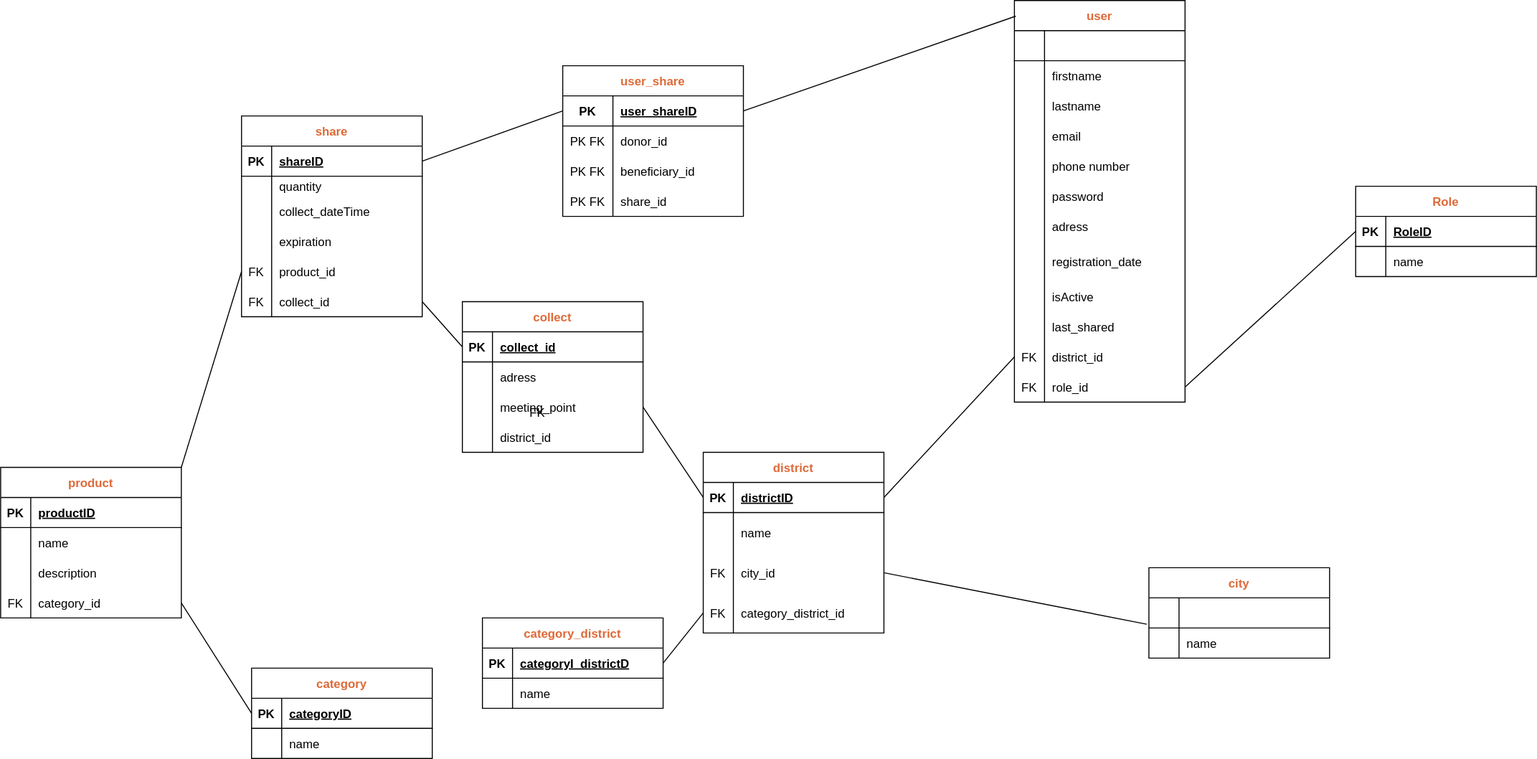
Before: code/server/Merise_VAG/MLD/vag.drawio.svg, a diagram exported from draw.io (Mandine42/vag). Source tidied: cells renumbered, new cells last; positions are measured from the earlier drawing's top-left corner, leaving out a move shared by most shapes.
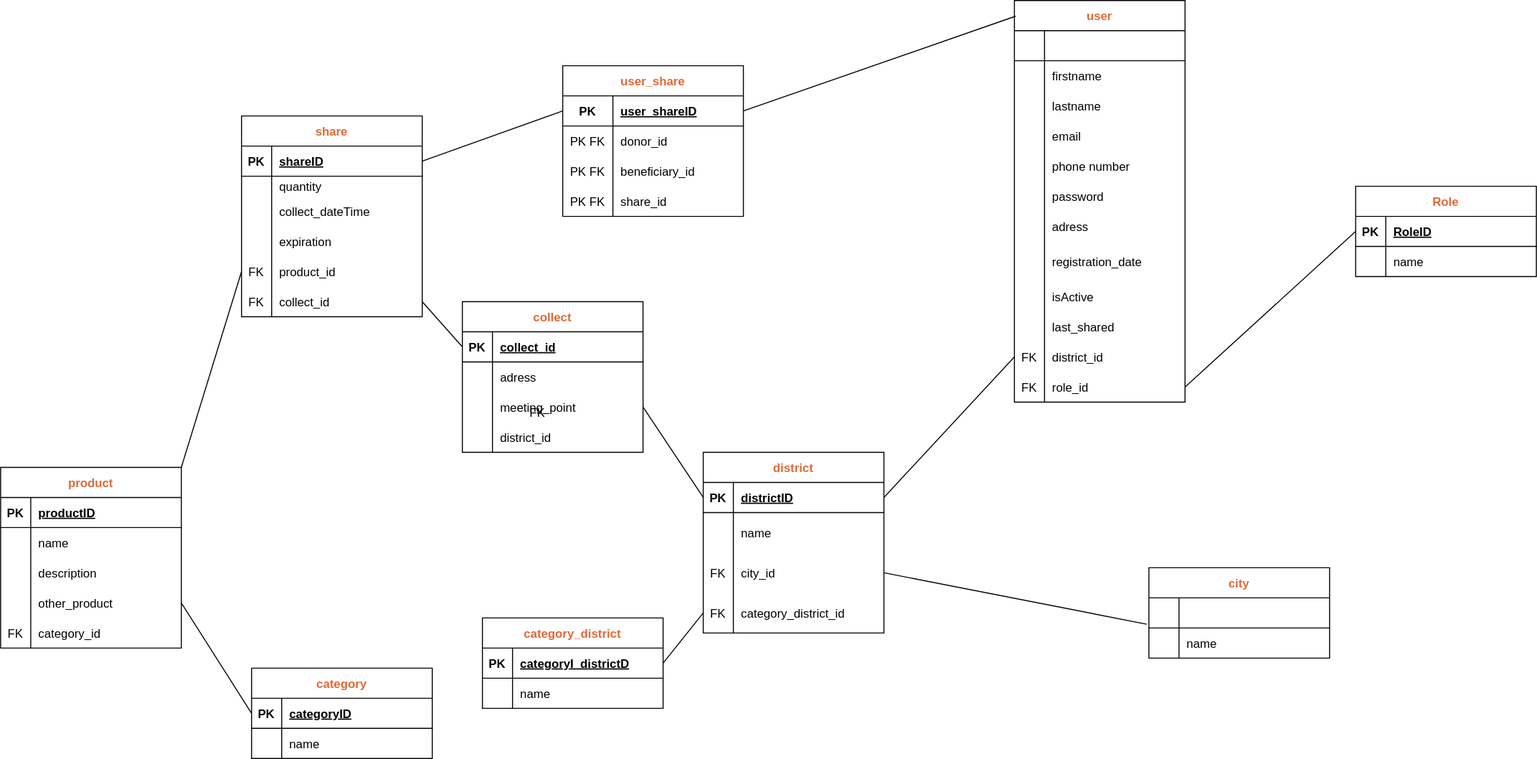
Above is the later version.

Change to the diagram source:
```diff
@@ -237,7 +237,7 @@
       <mxGeometry x="30" width="150" height="30" as="geometry" />
     </mxCell>
     <mxCell id="80" value="product" style="shape=table;startSize=30;rowLines=0;fontStyle=1;align=center;fontColor=#DE6A38;" parent="1" vertex="1">
-      <mxGeometry y="465" width="180" height="150" as="geometry" />
+      <mxGeometry y="465" width="180" height="180" as="geometry" />
     </mxCell>
     <mxCell id="81" style="shape=tableRow;horizontal=0;startSize=0;swimlaneHead=0;swimlaneBody=0;fillColor=none;top=0;left=0;right=0;bottom=1;" parent="80" vertex="1">
       <mxGeometry y="30" width="180" height="30" as="geometry" />
@@ -269,12 +269,21 @@
     <mxCell id="90" style="shape=tableRow;horizontal=0;startSize=0;swimlaneHead=0;swimlaneBody=0;fillColor=none;points=[[0,0.5],[1,0.5]];portConstraint=eastwest;top=0;left=0;right=0;bottom=0;" parent="80" vertex="1">
       <mxGeometry y="120" width="180" height="30" as="geometry" />
     </mxCell>
-    <mxCell id="91" value="FK" style="shape=partialRectangle;fillColor=none;top=0;left=0;bottom=0;right=0;overflow=hidden;" parent="90" vertex="1">
+    <mxCell id="91" style="shape=partialRectangle;fillColor=none;top=0;left=0;bottom=0;right=0;overflow=hidden;" parent="90" vertex="1">
       <mxGeometry width="30" height="30" as="geometry" />
     </mxCell>
-    <mxCell id="92" value="category_id" style="shape=partialRectangle;fillColor=none;top=0;left=0;bottom=0;right=0;align=left;spacingLeft=6;overflow=hidden;" parent="90" vertex="1">
+    <mxCell id="92" value="other_product" style="shape=partialRectangle;fillColor=none;top=0;left=0;bottom=0;right=0;align=left;spacingLeft=6;overflow=hidden;" parent="90" vertex="1">
       <mxGeometry x="30" width="150" height="30" as="geometry" />
     </mxCell>
+    <mxCell id="149" style="shape=tableRow;horizontal=0;startSize=0;swimlaneHead=0;swimlaneBody=0;fillColor=none;top=0;left=0;right=0;bottom=0;" parent="80" vertex="1">
+      <mxGeometry y="150" width="180" height="30" as="geometry" />
+    </mxCell>
+    <mxCell id="150" value="FK" style="shape=partialRectangle;fillColor=none;top=0;left=0;bottom=0;right=0;overflow=hidden;" parent="149" vertex="1">
+      <mxGeometry width="30" height="30" as="geometry" />
+    </mxCell>
+    <mxCell id="151" value="category_id" style="shape=partialRectangle;fillColor=none;top=0;left=0;bottom=0;right=0;align=left;spacingLeft=6;overflow=hidden;" parent="149" vertex="1">
+      <mxGeometry x="30" width="150" height="30" as="geometry" />
+    </mxCell>
     <mxCell id="93" style="endArrow=none;html=1;rounded=0;entryX=0;entryY=0.5;entryDx=0;entryDy=0;" parent="1" edge="1" target="74">
       <mxGeometry relative="1" as="geometry">
         <mxPoint x="180" y="465" as="sourcePoint" />
```
